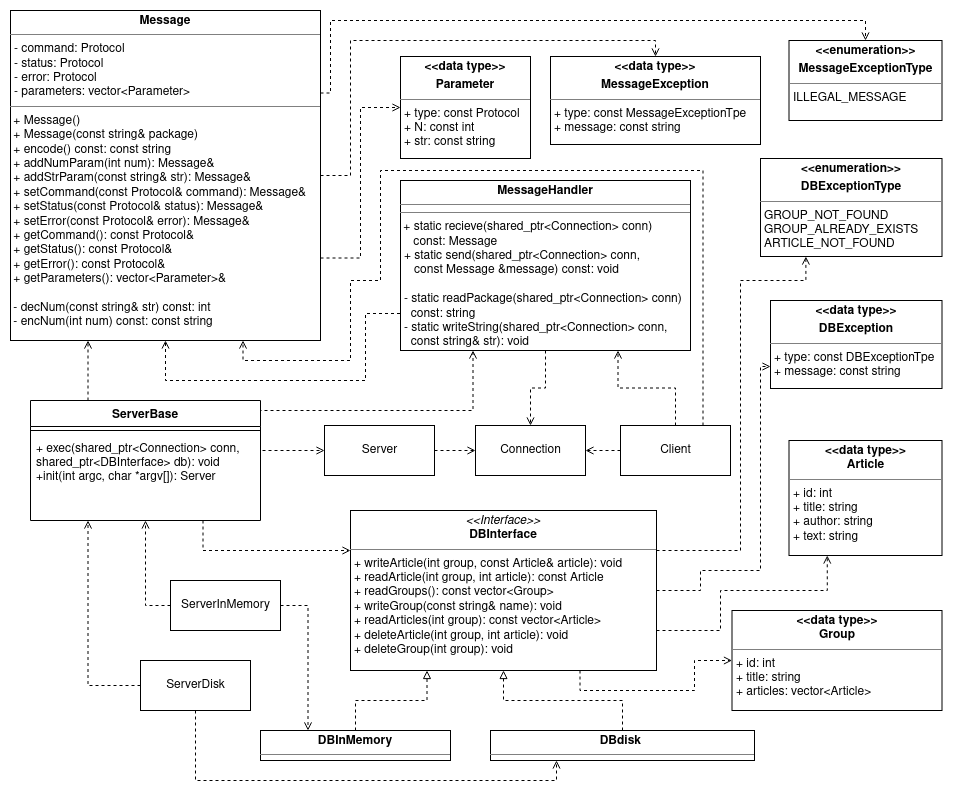
Before: mu1664al-s/UMLCPP.png, a diagram exported from draw.io (mu1664al-s/EDAF50_CPPProject). Source tidied: cells renumbered, new cells last; positions are measured from the earlier drawing's top-left corner, leaving out a move shared by most shapes.
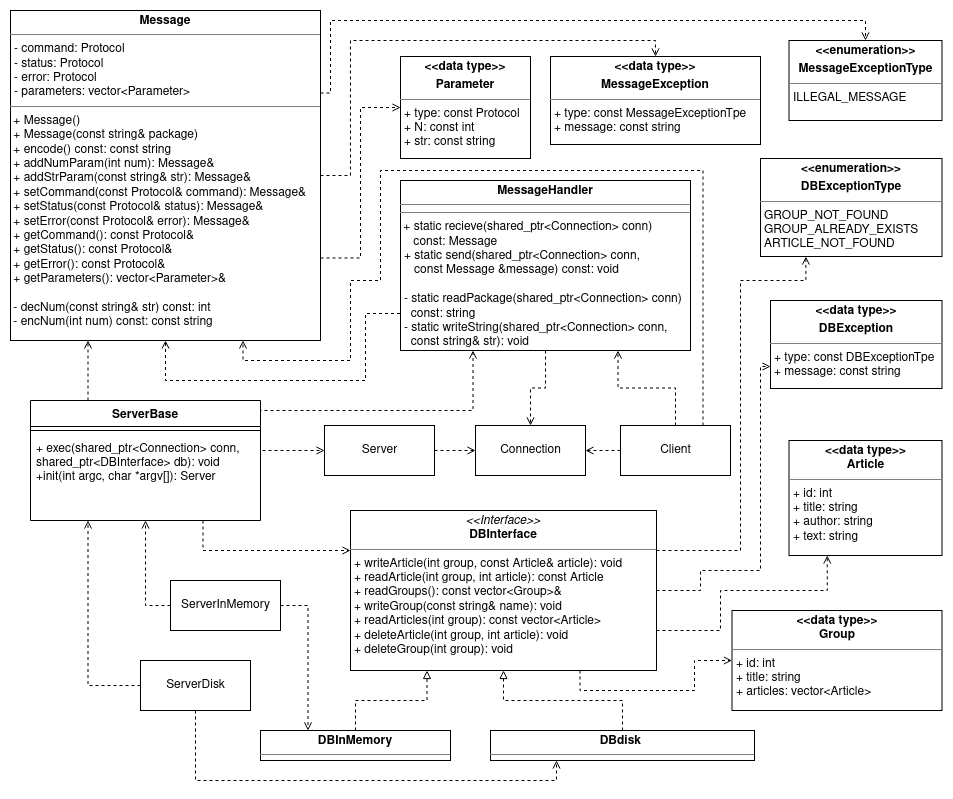
After the change.

The edit, as a diff of the source:
```diff
@@ -54,7 +54,7 @@
         </Array>
       </mxGeometry>
     </mxCell>
-    <mxCell id="9" value="&lt;p style=&quot;margin: 0px ; margin-top: 4px ; text-align: center&quot;&gt;&lt;i&gt;&amp;lt;&amp;lt;Interface&amp;gt;&amp;gt;&lt;/i&gt;&lt;br&gt;&lt;b&gt;&lt;b&gt;DBInterface &lt;/b&gt;&lt;/b&gt;&lt;/p&gt;&lt;hr size=&quot;1&quot;&gt;&lt;p style=&quot;margin: 0px ; margin-left: 4px&quot;&gt;&lt;/p&gt;&lt;p style=&quot;margin: 0px ; margin-left: 4px&quot;&gt;+ writeArticle(int group, const Article&amp;amp; article): void&amp;nbsp;&lt;/p&gt;&lt;p style=&quot;margin: 0px ; margin-left: 4px&quot;&gt;+ readArticle(int group, int article): const Article&amp;nbsp;&lt;/p&gt;&lt;p style=&quot;margin: 0px ; margin-left: 4px&quot;&gt;+&amp;nbsp;readGroups(): const vector&amp;lt;Group&amp;gt; &lt;br&gt;&lt;/p&gt;&lt;p style=&quot;margin: 0px ; margin-left: 4px&quot;&gt;+ writeGroup(const string&amp;amp; name): void&amp;nbsp;&lt;/p&gt;&lt;p style=&quot;margin: 0px ; margin-left: 4px&quot;&gt;+ readArticles(int group): const vector&amp;lt;Article&amp;gt; &lt;br&gt;&lt;/p&gt;&lt;p style=&quot;margin: 0px ; margin-left: 4px&quot;&gt;+&amp;nbsp;deleteArticle(int group, int article): void&amp;nbsp;&lt;/p&gt;&lt;p style=&quot;margin: 0px ; margin-left: 4px&quot;&gt;+ deleteGroup(int group): void&amp;nbsp;&lt;/p&gt;" style="verticalAlign=top;align=left;overflow=fill;fontSize=12;fontFamily=Helvetica;html=1;" parent="1" vertex="1">
+    <mxCell id="9" value="&lt;p style=&quot;margin: 0px ; margin-top: 4px ; text-align: center&quot;&gt;&lt;i&gt;&amp;lt;&amp;lt;Interface&amp;gt;&amp;gt;&lt;/i&gt;&lt;br&gt;&lt;b&gt;&lt;b&gt;DBInterface &lt;/b&gt;&lt;/b&gt;&lt;/p&gt;&lt;hr size=&quot;1&quot;&gt;&lt;p style=&quot;margin: 0px ; margin-left: 4px&quot;&gt;&lt;/p&gt;&lt;p style=&quot;margin: 0px ; margin-left: 4px&quot;&gt;+ writeArticle(int group, const Article&amp;amp; article): void&amp;nbsp;&lt;/p&gt;&lt;p style=&quot;margin: 0px ; margin-left: 4px&quot;&gt;+ readArticle(int group, int article): const Article&amp;nbsp;&lt;/p&gt;&lt;p style=&quot;margin: 0px ; margin-left: 4px&quot;&gt;+&amp;nbsp;readGroups(): const vector&amp;lt;Group&amp;gt;&amp;amp;&lt;br&gt;&lt;/p&gt;&lt;p style=&quot;margin: 0px ; margin-left: 4px&quot;&gt;+ writeGroup(const string&amp;amp; name): void&amp;nbsp;&lt;/p&gt;&lt;p style=&quot;margin: 0px ; margin-left: 4px&quot;&gt;+ readArticles(int group): const vector&amp;lt;Article&amp;gt; &lt;br&gt;&lt;/p&gt;&lt;p style=&quot;margin: 0px ; margin-left: 4px&quot;&gt;+&amp;nbsp;deleteArticle(int group, int article): void&amp;nbsp;&lt;/p&gt;&lt;p style=&quot;margin: 0px ; margin-left: 4px&quot;&gt;+ deleteGroup(int group): void&amp;nbsp;&lt;/p&gt;" style="verticalAlign=top;align=left;overflow=fill;fontSize=12;fontFamily=Helvetica;html=1;" parent="1" vertex="1">
       <mxGeometry x="340" y="500" width="306" height="160" as="geometry" />
     </mxCell>
     <mxCell id="10" style="edgeStyle=orthogonalEdgeStyle;rounded=0;jettySize=auto;html=1;exitX=0.5;exitY=0;exitDx=0;exitDy=0;entryX=0.5;entryY=1;entryDx=0;entryDy=0;endArrow=block;endFill=0;dashed=1;" parent="1" edge="1" source="11" target="9">
```
